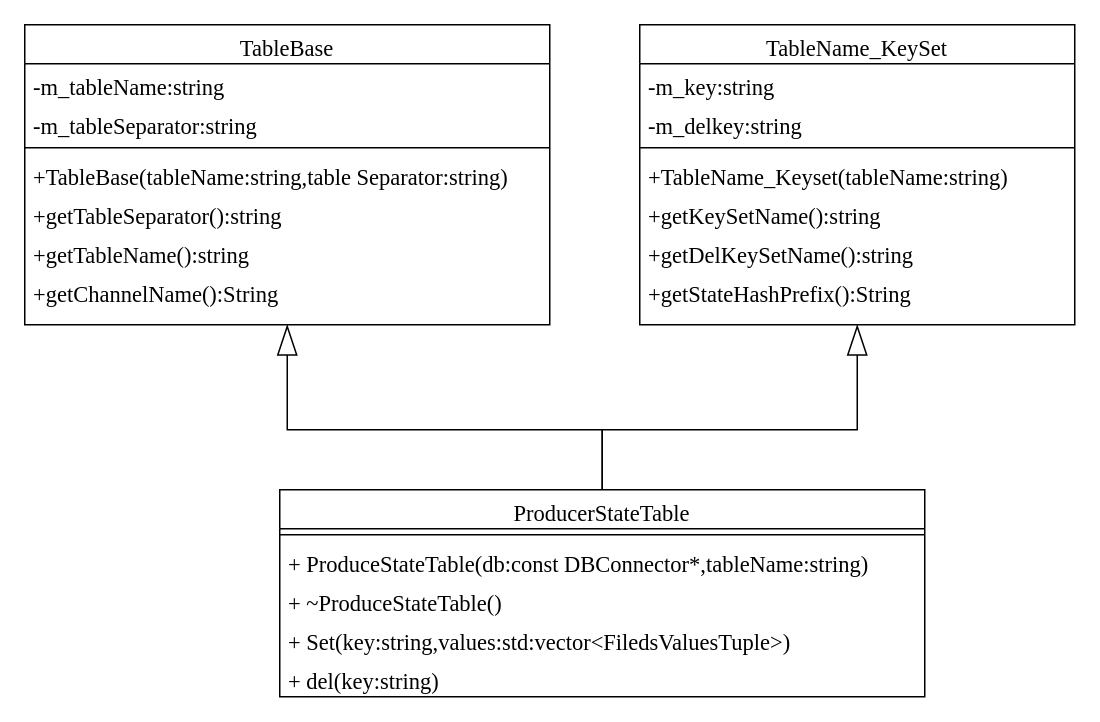
The draw.io diagram ProduceStateTable.drawio in PATORITU/PATORITU, before the edit. Source tidied: cells renumbered, new cells numbered last; positions are measured from the earlier drawing's top-left corner, leaving out a move shared by most shapes. Both pictures are drawn from the tidied source at 150%, with x=0, y=0 at pixel (24, 24).
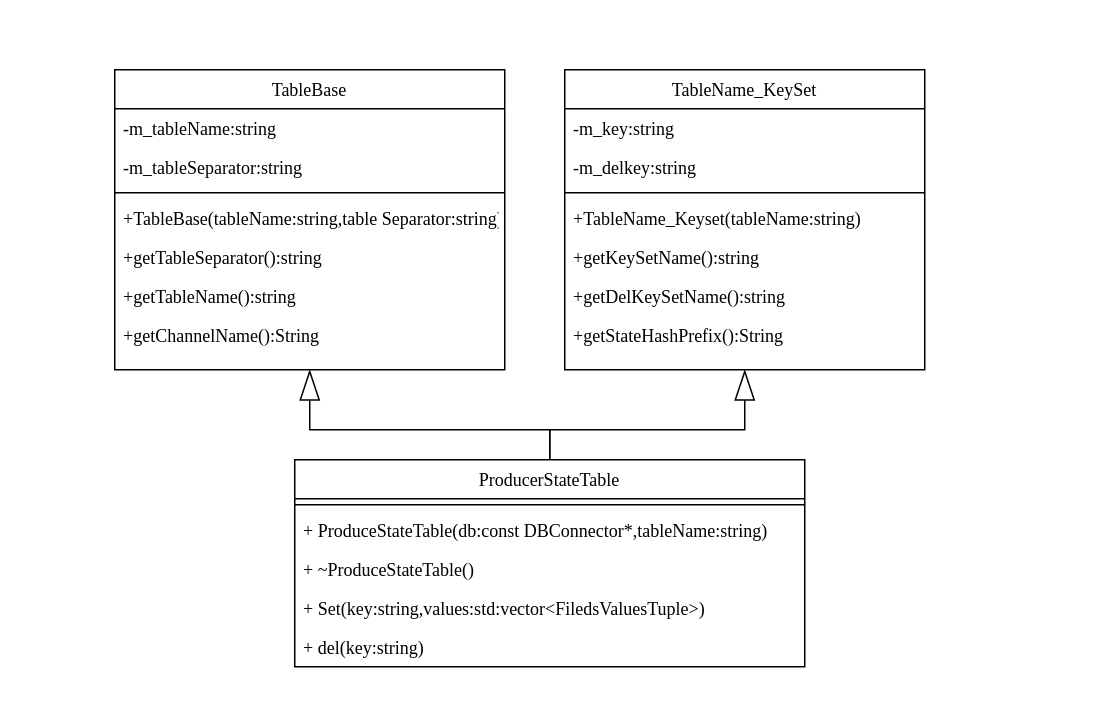
After the change.

The edit, as a diff of the source:
```diff
@@
-    <mxCell id="2" value="ProducerStateTable" style="swimlane;fontStyle=0;align=center;verticalAlign=top;horizontal=1;startSize=26;rounded=0;shadow=0;strokeWidth=1;fontSize=15;fontFamily=Times New Roman;" parent="1" vertex="1">
-      <mxGeometry x="170" y="310" width="430" height="138" as="geometry" />
+    <mxCell id="2" value="ProducerStateTable" style="swimlane;fontStyle=0;align=center;verticalAlign=top;horizontal=1;startSize=26;rounded=0;shadow=0;strokeWidth=1;fontSize=12;fontFamily=Times New Roman;" parent="1" vertex="1">
+      <mxGeometry x="180" y="290" width="340" height="138" as="geometry" />
     </mxCell>
-    <mxCell id="3" style="line;html=1;strokeWidth=1;align=left;verticalAlign=middle;spacingTop=-1;spacingLeft=3;spacingRight=3;labelPosition=right;fontSize=15;fontFamily=Times New Roman;" parent="2" vertex="1">
-      <mxGeometry y="26" width="430" height="8" as="geometry" />
+    <mxCell id="3" style="line;html=1;strokeWidth=1;align=left;verticalAlign=middle;spacingTop=-1;spacingLeft=3;spacingRight=3;labelPosition=right;fontSize=12;fontFamily=Times New Roman;" parent="2" vertex="1">
+      <mxGeometry y="26" width="340" height="8" as="geometry" />
     </mxCell>
-    <mxCell id="4" value="+ ProduceStateTable(db:const DBConnector*,tableName:string)" style="text;align=left;verticalAlign=top;spacingLeft=4;spacingRight=4;overflow=hidden;fontSize=15;fontFamily=Times New Roman;" parent="2" vertex="1">
-      <mxGeometry y="34" width="430" height="26" as="geometry" />
+    <mxCell id="4" value="+ ProduceStateTable(db:const DBConnector*,tableName:string)" style="text;align=left;verticalAlign=top;spacingLeft=4;spacingRight=4;overflow=hidden;fontSize=12;fontFamily=Times New Roman;" parent="2" vertex="1">
+      <mxGeometry y="34" width="340" height="26" as="geometry" />
     </mxCell>
-    <mxCell id="5" value="+ ~ProduceStateTable()" style="text;align=left;verticalAlign=top;spacingLeft=4;spacingRight=4;overflow=hidden;fontSize=15;fontFamily=Times New Roman;" parent="2" vertex="1">
-      <mxGeometry y="60" width="430" height="26" as="geometry" />
+    <mxCell id="5" value="+ ~ProduceStateTable()" style="text;align=left;verticalAlign=top;spacingLeft=4;spacingRight=4;overflow=hidden;fontSize=12;fontFamily=Times New Roman;" parent="2" vertex="1">
+      <mxGeometry y="60" width="340" height="26" as="geometry" />
     </mxCell>
-    <mxCell id="6" value="+ Set(key:string,values:std:vector&lt;FiledsValuesTuple&gt;)" style="text;align=left;verticalAlign=top;spacingLeft=4;spacingRight=4;overflow=hidden;fontSize=15;fontFamily=Times New Roman;" parent="2" vertex="1">
-      <mxGeometry y="86" width="430" height="26" as="geometry" />
+    <mxCell id="6" value="+ Set(key:string,values:std:vector&lt;FiledsValuesTuple&gt;)" style="text;align=left;verticalAlign=top;spacingLeft=4;spacingRight=4;overflow=hidden;fontSize=12;fontFamily=Times New Roman;" parent="2" vertex="1">
+      <mxGeometry y="86" width="340" height="26" as="geometry" />
     </mxCell>
-    <mxCell id="7" value="+ del(key:string)" style="text;align=left;verticalAlign=top;spacingLeft=4;spacingRight=4;overflow=hidden;fontSize=15;fontFamily=Times New Roman;" parent="2" vertex="1">
-      <mxGeometry y="112" width="430" height="26" as="geometry" />
+    <mxCell id="7" value="+ del(key:string)" style="text;align=left;verticalAlign=top;spacingLeft=4;spacingRight=4;overflow=hidden;fontSize=12;fontFamily=Times New Roman;" parent="2" vertex="1">
+      <mxGeometry y="112" width="340" height="26" as="geometry" />
     </mxCell>
-    <mxCell id="8" value="TableBase" style="swimlane;fontStyle=0;align=center;verticalAlign=top;horizontal=1;startSize=26;rounded=0;shadow=0;strokeWidth=1;fontSize=15;fontFamily=Times New Roman;" parent="1" vertex="1">
-      <mxGeometry width="350" height="200" as="geometry" />
+    <mxCell id="8" value="TableBase" style="swimlane;fontStyle=0;align=center;verticalAlign=top;horizontal=1;startSize=26;rounded=0;shadow=0;strokeWidth=1;fontSize=12;fontFamily=Times New Roman;" parent="1" vertex="1">
+      <mxGeometry x="60" y="30" width="260" height="200" as="geometry" />
     </mxCell>
-    <mxCell id="9" value="-m_tableName:string" style="text;align=left;verticalAlign=top;spacingLeft=4;spacingRight=4;overflow=hidden;fontSize=15;fontFamily=Times New Roman;" parent="8" vertex="1">
-      <mxGeometry y="26" width="350" height="26" as="geometry" />
+    <mxCell id="9" value="-m_tableName:string" style="text;align=left;verticalAlign=top;spacingLeft=4;spacingRight=4;overflow=hidden;fontSize=12;fontFamily=Times New Roman;" parent="8" vertex="1">
+      <mxGeometry y="26" width="260" height="26" as="geometry" />
     </mxCell>
-    <mxCell id="10" value="-m_tableSeparator:string" style="text;align=left;verticalAlign=top;spacingLeft=4;spacingRight=4;overflow=hidden;rounded=0;shadow=0;html=0;fontSize=15;fontFamily=Times New Roman;" parent="8" vertex="1">
-      <mxGeometry y="52" width="350" height="26" as="geometry" />
+    <mxCell id="10" value="-m_tableSeparator:string" style="text;align=left;verticalAlign=top;spacingLeft=4;spacingRight=4;overflow=hidden;rounded=0;shadow=0;html=0;fontSize=12;fontFamily=Times New Roman;" parent="8" vertex="1">
+      <mxGeometry y="52" width="260" height="26" as="geometry" />
     </mxCell>
-    <mxCell id="11" style="line;html=1;strokeWidth=1;align=left;verticalAlign=middle;spacingTop=-1;spacingLeft=3;spacingRight=3;labelPosition=right;fontSize=15;fontFamily=Times New Roman;" parent="8" vertex="1">
-      <mxGeometry y="78" width="350" height="8" as="geometry" />
+    <mxCell id="11" style="line;html=1;strokeWidth=1;align=left;verticalAlign=middle;spacingTop=-1;spacingLeft=3;spacingRight=3;labelPosition=right;fontSize=12;fontFamily=Times New Roman;" parent="8" vertex="1">
+      <mxGeometry y="78" width="260" height="8" as="geometry" />
     </mxCell>
-    <mxCell id="12" value="+TableBase(tableName:string,table Separator:string)" style="text;align=left;verticalAlign=top;spacingLeft=4;spacingRight=4;overflow=hidden;rounded=0;shadow=0;html=0;fontSize=15;fontFamily=Times New Roman;" parent="8" vertex="1">
-      <mxGeometry y="86" width="350" height="26" as="geometry" />
+    <mxCell id="12" value="+TableBase(tableName:string,table Separator:string)" style="text;align=left;verticalAlign=top;spacingLeft=4;spacingRight=4;overflow=hidden;rounded=0;shadow=0;html=0;fontSize=12;fontFamily=Times New Roman;" parent="8" vertex="1">
+      <mxGeometry y="86" width="260" height="26" as="geometry" />
     </mxCell>
-    <mxCell id="13" value="+getTableSeparator():string" style="text;align=left;verticalAlign=top;spacingLeft=4;spacingRight=4;overflow=hidden;rounded=0;shadow=0;html=0;fontSize=15;fontFamily=Times New Roman;" parent="8" vertex="1">
-      <mxGeometry y="112" width="350" height="26" as="geometry" />
+    <mxCell id="13" value="+getTableSeparator():string" style="text;align=left;verticalAlign=top;spacingLeft=4;spacingRight=4;overflow=hidden;rounded=0;shadow=0;html=0;fontSize=12;fontFamily=Times New Roman;" parent="8" vertex="1">
+      <mxGeometry y="112" width="260" height="26" as="geometry" />
     </mxCell>
-    <mxCell id="14" value="+getTableName():string" style="text;align=left;verticalAlign=top;spacingLeft=4;spacingRight=4;overflow=hidden;rounded=0;shadow=0;html=0;fontSize=15;fontFamily=Times New Roman;" parent="8" vertex="1">
-      <mxGeometry y="138" width="350" height="26" as="geometry" />
+    <mxCell id="14" value="+getTableName():string" style="text;align=left;verticalAlign=top;spacingLeft=4;spacingRight=4;overflow=hidden;rounded=0;shadow=0;html=0;fontSize=12;fontFamily=Times New Roman;" parent="8" vertex="1">
+      <mxGeometry y="138" width="260" height="26" as="geometry" />
     </mxCell>
-    <mxCell id="15" value="+getChannelName():String" style="text;align=left;verticalAlign=top;spacingLeft=4;spacingRight=4;overflow=hidden;rounded=0;shadow=0;html=0;fontSize=15;fontFamily=Times New Roman;" parent="8" vertex="1">
-      <mxGeometry y="164" width="350" height="26" as="geometry" />
+    <mxCell id="15" value="+getChannelName():String" style="text;align=left;verticalAlign=top;spacingLeft=4;spacingRight=4;overflow=hidden;rounded=0;shadow=0;html=0;fontSize=12;fontFamily=Times New Roman;" parent="8" vertex="1">
+      <mxGeometry y="164" width="260" height="26" as="geometry" />
     </mxCell>
-    <mxCell id="16" value="TableName_KeySet" style="swimlane;fontStyle=0;align=center;verticalAlign=top;horizontal=1;startSize=26;rounded=0;shadow=0;strokeWidth=1;fontSize=15;fontFamily=Times New Roman;" parent="1" vertex="1">
-      <mxGeometry x="410" width="290" height="200" as="geometry" />
+    <mxCell id="16" value="TableName_KeySet" style="swimlane;fontStyle=0;align=center;verticalAlign=top;horizontal=1;startSize=26;rounded=0;shadow=0;strokeWidth=1;fontSize=12;fontFamily=Times New Roman;" parent="1" vertex="1">
+      <mxGeometry x="360" y="30" width="240" height="200" as="geometry" />
     </mxCell>
-    <mxCell id="17" value="-m_key:string" style="text;align=left;verticalAlign=top;spacingLeft=4;spacingRight=4;overflow=hidden;fontSize=15;fontFamily=Times New Roman;" parent="16" vertex="1">
-      <mxGeometry y="26" width="290" height="26" as="geometry" />
+    <mxCell id="17" value="-m_key:string" style="text;align=left;verticalAlign=top;spacingLeft=4;spacingRight=4;overflow=hidden;fontSize=12;fontFamily=Times New Roman;" parent="16" vertex="1">
+      <mxGeometry y="26" width="240" height="26" as="geometry" />
     </mxCell>
-    <mxCell id="18" value="-m_delkey:string" style="text;align=left;verticalAlign=top;spacingLeft=4;spacingRight=4;overflow=hidden;rounded=0;shadow=0;html=0;fontSize=15;fontFamily=Times New Roman;" parent="16" vertex="1">
-      <mxGeometry y="52" width="290" height="26" as="geometry" />
+    <mxCell id="18" value="-m_delkey:string" style="text;align=left;verticalAlign=top;spacingLeft=4;spacingRight=4;overflow=hidden;rounded=0;shadow=0;html=0;fontSize=12;fontFamily=Times New Roman;" parent="16" vertex="1">
+      <mxGeometry y="52" width="240" height="26" as="geometry" />
     </mxCell>
-    <mxCell id="19" style="line;html=1;strokeWidth=1;align=left;verticalAlign=middle;spacingTop=-1;spacingLeft=3;spacingRight=3;labelPosition=right;fontSize=15;fontFamily=Times New Roman;" parent="16" vertex="1">
-      <mxGeometry y="78" width="290" height="8" as="geometry" />
+    <mxCell id="19" style="line;html=1;strokeWidth=1;align=left;verticalAlign=middle;spacingTop=-1;spacingLeft=3;spacingRight=3;labelPosition=right;fontSize=12;fontFamily=Times New Roman;" parent="16" vertex="1">
+      <mxGeometry y="78" width="240" height="8" as="geometry" />
     </mxCell>
-    <mxCell id="20" value="+TableName_Keyset(tableName:string)" style="text;align=left;verticalAlign=top;spacingLeft=4;spacingRight=4;overflow=hidden;rounded=0;shadow=0;html=0;fontSize=15;fontFamily=Times New Roman;" parent="16" vertex="1">
-      <mxGeometry y="86" width="290" height="26" as="geometry" />
+    <mxCell id="20" value="+TableName_Keyset(tableName:string)" style="text;align=left;verticalAlign=top;spacingLeft=4;spacingRight=4;overflow=hidden;rounded=0;shadow=0;html=0;fontSize=12;fontFamily=Times New Roman;" parent="16" vertex="1">
+      <mxGeometry y="86" width="240" height="26" as="geometry" />
     </mxCell>
-    <mxCell id="21" value="+getKeySetName():string" style="text;align=left;verticalAlign=top;spacingLeft=4;spacingRight=4;overflow=hidden;rounded=0;shadow=0;html=0;fontSize=15;fontFamily=Times New Roman;" parent="16" vertex="1">
-      <mxGeometry y="112" width="290" height="26" as="geometry" />
+    <mxCell id="21" value="+getKeySetName():string" style="text;align=left;verticalAlign=top;spacingLeft=4;spacingRight=4;overflow=hidden;rounded=0;shadow=0;html=0;fontSize=12;fontFamily=Times New Roman;" parent="16" vertex="1">
+      <mxGeometry y="112" width="240" height="26" as="geometry" />
     </mxCell>
-    <mxCell id="22" value="+getDelKeySetName():string" style="text;align=left;verticalAlign=top;spacingLeft=4;spacingRight=4;overflow=hidden;rounded=0;shadow=0;html=0;fontSize=15;fontFamily=Times New Roman;" parent="16" vertex="1">
-      <mxGeometry y="138" width="290" height="26" as="geometry" />
+    <mxCell id="22" value="+getDelKeySetName():string" style="text;align=left;verticalAlign=top;spacingLeft=4;spacingRight=4;overflow=hidden;rounded=0;shadow=0;html=0;fontSize=12;fontFamily=Times New Roman;" parent="16" vertex="1">
+      <mxGeometry y="138" width="240" height="26" as="geometry" />
     </mxCell>
-    <mxCell id="23" value="+getStateHashPrefix():String" style="text;align=left;verticalAlign=top;spacingLeft=4;spacingRight=4;overflow=hidden;rounded=0;shadow=0;html=0;fontSize=15;fontFamily=Times New Roman;" parent="16" vertex="1">
-      <mxGeometry y="164" width="290" height="26" as="geometry" />
+    <mxCell id="23" value="+getStateHashPrefix():String" style="text;align=left;verticalAlign=top;spacingLeft=4;spacingRight=4;overflow=hidden;rounded=0;shadow=0;html=0;fontSize=12;fontFamily=Times New Roman;" parent="16" vertex="1">
+      <mxGeometry y="164" width="240" height="26" as="geometry" />
     </mxCell>
-    <mxCell id="24" style="endArrow=blockThin;html=1;rounded=0;exitX=0.5;exitY=0;exitDx=0;exitDy=0;endFill=0;strokeWidth=1;endSize=18;fontSize=15;fontFamily=Times New Roman;entryX=0.5;entryY=1;entryDx=0;entryDy=0;" parent="1" edge="1" source="2" target="16">
+    <mxCell id="24" style="endArrow=blockThin;html=1;rounded=0;exitX=0.5;exitY=0;exitDx=0;exitDy=0;endFill=0;strokeWidth=1;endSize=18;fontSize=12;fontFamily=Times New Roman;" parent="1" edge="1" source="2">
       <mxGeometry relative="1" as="geometry">
+        <mxPoint x="480" y="230" as="targetPoint" />
         <Array as="points">
-          <mxPoint x="385" y="270" />
-          <mxPoint x="555" y="270" />
+          <mxPoint x="350" y="270" />
+          <mxPoint x="480" y="270" />
         </Array>
       </mxGeometry>
     </mxCell>
-    <mxCell id="25" style="endArrow=blockThin;html=1;rounded=0;entryX=0.5;entryY=1;entryDx=0;entryDy=0;exitX=0.5;exitY=0;exitDx=0;exitDy=0;endFill=0;strokeWidth=1;endSize=18;fontSize=15;fontFamily=Times New Roman;" parent="1" edge="1" source="2" target="8">
+    <mxCell id="25" style="endArrow=blockThin;html=1;rounded=0;exitX=0.5;exitY=0;exitDx=0;exitDy=0;endFill=0;strokeWidth=1;endSize=18;fontSize=12;fontFamily=Times New Roman;" parent="1" edge="1" source="2">
       <mxGeometry relative="1" as="geometry">
+        <mxPoint x="190" y="230" as="targetPoint" />
         <Array as="points">
-          <mxPoint x="385" y="270" />
-          <mxPoint x="175" y="270" />
+          <mxPoint x="350" y="270" />
+          <mxPoint x="190" y="270" />
         </Array>
       </mxGeometry>
     </mxCell>
```
